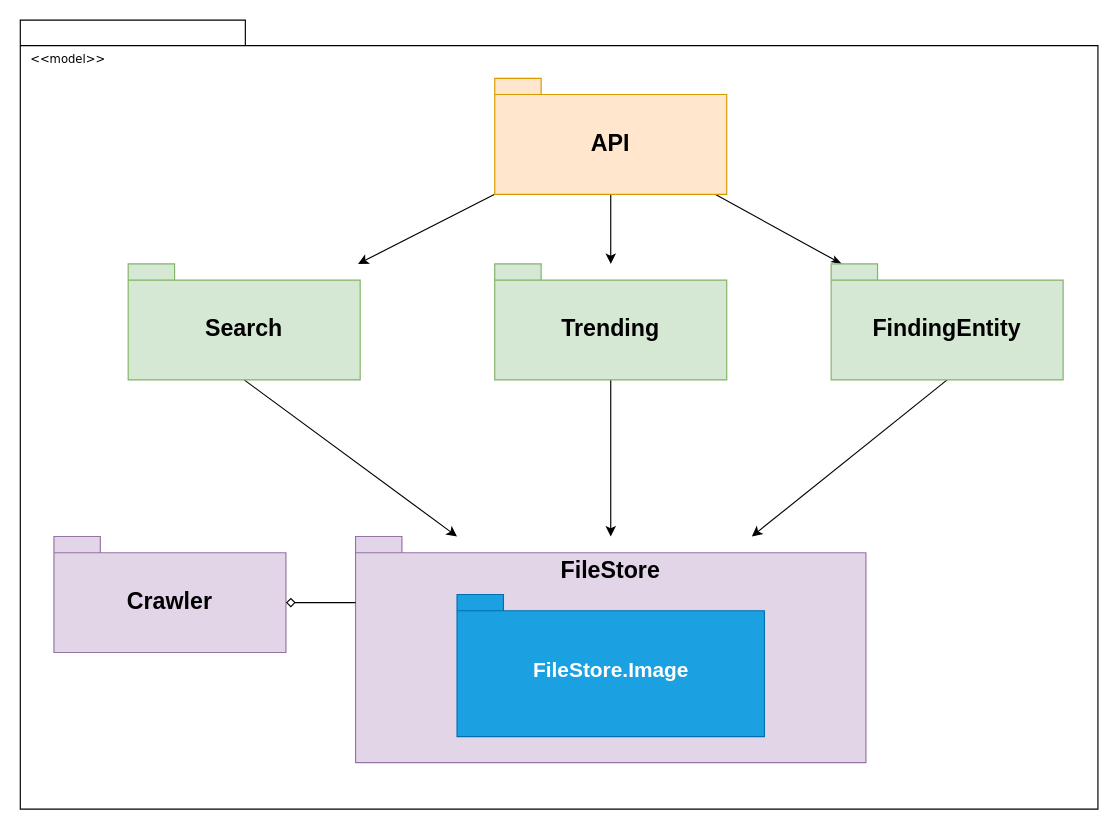
Before: OOP_Project.drawio in HARKINGS/UML, a draw.io diagram. Source tidied: cells renumbered, new cells numbered last; positions are measured from the earlier drawing's top-left corner, leaving out a move shared by most shapes. Both pictures are drawn from the tidied source at 116%, with x=0, y=0 at pixel (20, 20).
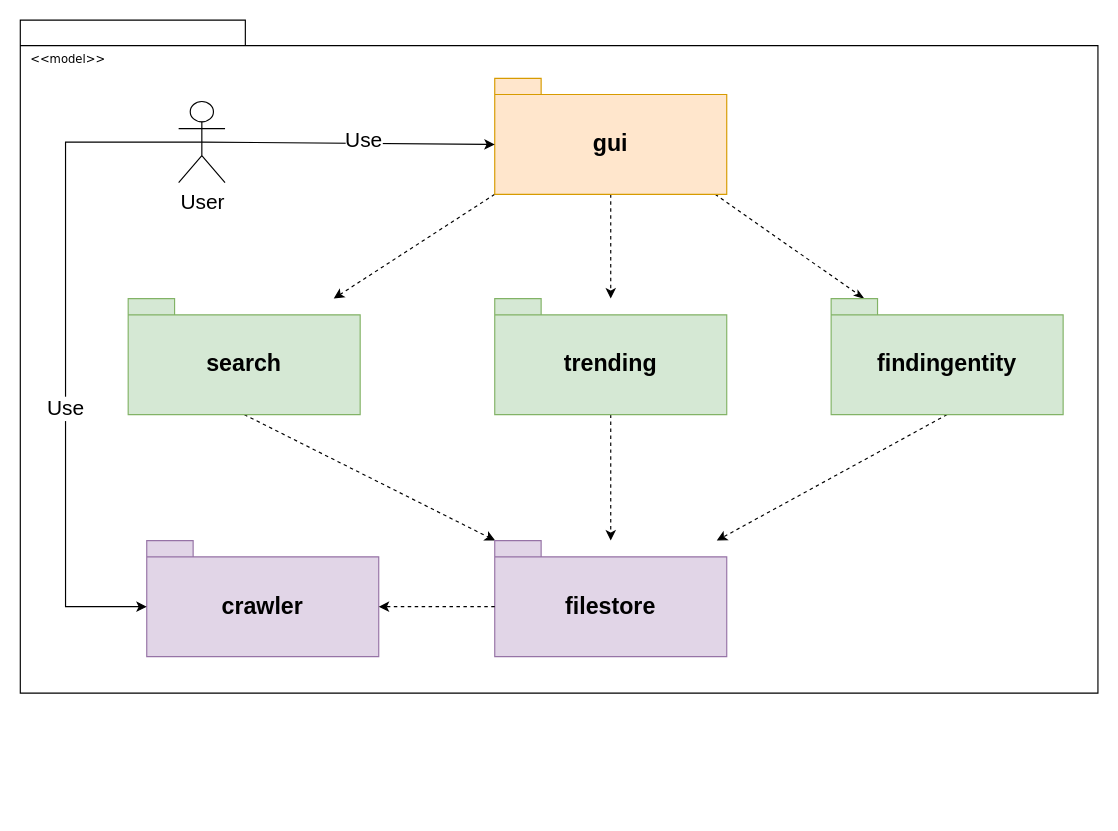
Above is the later version.

Commit message:
Cập nhật OOP_Project.drawio

The edit, as a diff of the source:
```diff
@@
     <mxCell id="2" style="shape=folder;fontStyle=1;spacingTop=10;tabWidth=194;tabHeight=22;tabPosition=left;html=1;rounded=0;shadow=0;comic=0;labelBackgroundColor=none;strokeWidth=1;fillColor=none;fontFamily=Verdana;fontSize=10;align=center;" parent="1" vertex="1">
-      <mxGeometry y="-0.2" width="929" height="680.2" as="geometry" />
+      <mxGeometry y="-0.2" width="929" height="580.2" as="geometry" />
     </mxCell>
@@
-    <mxCell id="8" style="edgeStyle=orthogonalEdgeStyle;rounded=0;jettySize=auto;html=1;exitX=0.5;exitY=1;exitDx=0;exitDy=0;exitPerimeter=0;" parent="1" edge="1" source="11" target="17">
+    <mxCell id="8" style="edgeStyle=orthogonalEdgeStyle;rounded=0;jettySize=auto;html=1;exitX=0.5;exitY=1;exitDx=0;exitDy=0;exitPerimeter=0;dashed=1;" parent="1" edge="1" source="11" target="17">
       <mxGeometry relative="1" as="geometry" />
     </mxCell>
-    <mxCell id="9" style="rounded=0;jettySize=auto;html=1;exitX=0;exitY=0;exitDx=190;exitDy=100;exitPerimeter=0;endArrow=classicThin;endFill=1;" parent="1" edge="1" source="11" target="19">
+    <mxCell id="9" style="rounded=0;jettySize=auto;html=1;exitX=0;exitY=0;exitDx=190;exitDy=100;exitPerimeter=0;endArrow=classicThin;endFill=1;dashed=1;" parent="1" edge="1" source="11" target="19">
       <mxGeometry relative="1" as="geometry" />
     </mxCell>
-    <mxCell id="10" style="rounded=0;jettySize=auto;html=1;exitX=0;exitY=0;exitDx=0;exitDy=100;exitPerimeter=0;" parent="1" edge="1" source="11" target="13">
+    <mxCell id="10" style="rounded=0;jettySize=auto;html=1;exitX=0;exitY=0;exitDx=0;exitDy=100;exitPerimeter=0;dashed=1;" parent="1" edge="1" source="11" target="13">
       <mxGeometry relative="1" as="geometry" />
     </mxCell>
-    <mxCell id="11" value="&lt;font style=&quot;font-size: 20px;&quot;&gt;API&lt;/font&gt;" style="shape=folder;fontStyle=1;spacingTop=10;tabWidth=40;tabHeight=14;tabPosition=left;html=1;whiteSpace=wrap;fillColor=#ffe6cc;strokeColor=#d79b00;" parent="1" vertex="1">
+    <mxCell id="11" value="&lt;font style=&quot;font-size: 20px;&quot;&gt;gui&lt;/font&gt;" style="shape=folder;fontStyle=1;spacingTop=10;tabWidth=40;tabHeight=14;tabPosition=left;html=1;whiteSpace=wrap;fillColor=#ffe6cc;strokeColor=#d79b00;" parent="1" vertex="1">
       <mxGeometry x="409" y="50" width="200" height="100" as="geometry" />
     </mxCell>
-    <mxCell id="12" style="rounded=0;jettySize=auto;html=1;exitX=0.5;exitY=1;exitDx=0;exitDy=0;exitPerimeter=0;" parent="1" edge="1" source="13" target="15">
+    <mxCell id="12" style="rounded=0;jettySize=auto;html=1;exitX=0.5;exitY=1;exitDx=0;exitDy=0;exitPerimeter=0;dashed=1;" parent="1" edge="1" source="13" target="15">
       <mxGeometry relative="1" as="geometry" />
     </mxCell>
-    <mxCell id="13" value="&lt;font style=&quot;font-size: 20px;&quot;&gt;Search&lt;/font&gt;" style="shape=folder;fontStyle=1;spacingTop=10;tabWidth=40;tabHeight=14;tabPosition=left;html=1;whiteSpace=wrap;fillColor=#d5e8d4;strokeColor=#82b366;" parent="1" vertex="1">
-      <mxGeometry x="93" y="210" width="200" height="100" as="geometry" />
+    <mxCell id="13" value="&lt;font style=&quot;font-size: 20px;&quot;&gt;search&lt;/font&gt;" style="shape=folder;fontStyle=1;spacingTop=10;tabWidth=40;tabHeight=14;tabPosition=left;html=1;whiteSpace=wrap;fillColor=#d5e8d4;strokeColor=#82b366;" parent="1" vertex="1">
+      <mxGeometry x="93" y="239.9" width="200" height="100" as="geometry" />
     </mxCell>
-    <mxCell id="14" value="&lt;font style=&quot;font-size: 20px;&quot;&gt;Crawler&lt;/font&gt;" style="shape=folder;fontStyle=1;spacingTop=10;tabWidth=40;tabHeight=14;tabPosition=left;html=1;whiteSpace=wrap;fillColor=#e1d5e7;strokeColor=#9673a6;" parent="1" vertex="1">
-      <mxGeometry x="29" y="445" width="200" height="100" as="geometry" />
+    <mxCell id="14" value="&lt;font style=&quot;font-size: 20px;&quot;&gt;crawler&lt;/font&gt;" style="shape=folder;fontStyle=1;spacingTop=10;tabWidth=40;tabHeight=14;tabPosition=left;html=1;whiteSpace=wrap;fillColor=#e1d5e7;strokeColor=#9673a6;" parent="1" vertex="1">
+      <mxGeometry x="109" y="448.5" width="200" height="100" as="geometry" />
     </mxCell>
-    <mxCell id="15" value="&lt;font style=&quot;font-size: 20px;&quot;&gt;FileStore&lt;/font&gt;" style="shape=folder;fontStyle=1;spacingTop=10;tabWidth=40;tabHeight=14;tabPosition=left;html=1;whiteSpace=wrap;fillColor=#e1d5e7;strokeColor=#9673a6;verticalAlign=top;align=center;labelPosition=center;verticalLabelPosition=middle;" parent="1" vertex="1">
-      <mxGeometry x="289" y="445" width="440" height="195" as="geometry" />
+    <mxCell id="15" value="&lt;font style=&quot;font-size: 20px;&quot;&gt;filestore&lt;/font&gt;" style="shape=folder;fontStyle=1;spacingTop=10;tabWidth=40;tabHeight=14;tabPosition=left;html=1;whiteSpace=wrap;fillColor=#e1d5e7;strokeColor=#9673a6;verticalAlign=middle;align=center;labelPosition=center;verticalLabelPosition=middle;" parent="1" vertex="1">
+      <mxGeometry x="409" y="448.5" width="200" height="100" as="geometry" />
     </mxCell>
-    <mxCell id="16" style="rounded=0;jettySize=auto;html=1;" parent="1" edge="1" source="17" target="15">
+    <mxCell id="16" style="rounded=0;jettySize=auto;html=1;dashed=1;" parent="1" edge="1" source="17" target="15">
       <mxGeometry relative="1" as="geometry" />
     </mxCell>
-    <mxCell id="17" value="&lt;font style=&quot;font-size: 20px;&quot;&gt;Trending&lt;/font&gt;" style="shape=folder;fontStyle=1;spacingTop=10;tabWidth=40;tabHeight=14;tabPosition=left;html=1;whiteSpace=wrap;fillColor=#d5e8d4;strokeColor=#82b366;" parent="1" vertex="1">
-      <mxGeometry x="409" y="210" width="200" height="100" as="geometry" />
+    <mxCell id="17" value="&lt;font style=&quot;font-size: 20px;&quot;&gt;trending&lt;/font&gt;" style="shape=folder;fontStyle=1;spacingTop=10;tabWidth=40;tabHeight=14;tabPosition=left;html=1;whiteSpace=wrap;fillColor=#d5e8d4;strokeColor=#82b366;" parent="1" vertex="1">
+      <mxGeometry x="409" y="239.9" width="200" height="100" as="geometry" />
     </mxCell>
-    <mxCell id="18" style="rounded=0;jettySize=auto;html=1;exitX=0.5;exitY=1;exitDx=0;exitDy=0;exitPerimeter=0;" parent="1" edge="1" source="19" target="15">
+    <mxCell id="18" style="rounded=0;jettySize=auto;html=1;exitX=0.5;exitY=1;exitDx=0;exitDy=0;exitPerimeter=0;dashed=1;" parent="1" edge="1" source="19" target="15">
       <mxGeometry relative="1" as="geometry" />
     </mxCell>
-    <mxCell id="19" value="&lt;font style=&quot;font-size: 20px;&quot;&gt;FindingEntity&lt;/font&gt;" style="shape=folder;fontStyle=1;spacingTop=10;tabWidth=40;tabHeight=14;tabPosition=left;html=1;whiteSpace=wrap;fillColor=#d5e8d4;strokeColor=#82b366;" parent="1" vertex="1">
-      <mxGeometry x="699" y="210" width="200" height="100" as="geometry" />
+    <mxCell id="19" value="&lt;font style=&quot;font-size: 20px;&quot;&gt;findingentity&lt;/font&gt;" style="shape=folder;fontStyle=1;spacingTop=10;tabWidth=40;tabHeight=14;tabPosition=left;html=1;whiteSpace=wrap;fillColor=#d5e8d4;strokeColor=#82b366;" parent="1" vertex="1">
+      <mxGeometry x="699" y="239.9" width="200" height="100" as="geometry" />
     </mxCell>
-    <mxCell id="20" style="rounded=0;jettySize=auto;html=1;exitX=0;exitY=0;exitDx=0;exitDy=57;exitPerimeter=0;entryX=0;entryY=0;entryDx=200;entryDy=57;entryPerimeter=0;endArrow=diamond;endFill=0;" parent="1" edge="1" source="15" target="14">
+    <mxCell id="20" style="rounded=0;jettySize=auto;html=1;exitX=0;exitY=0;exitDx=0;exitDy=57;exitPerimeter=0;entryX=0;entryY=0;entryDx=200;entryDy=57;entryPerimeter=0;endArrow=classic;endFill=1;dashed=1;" parent="1" edge="1" source="15" target="14">
       <mxGeometry relative="1" as="geometry" />
     </mxCell>
-    <mxCell id="21" value="&lt;font style=&quot;font-size: 18px;&quot;&gt;FileStore.Image&lt;/font&gt;" style="shape=folder;fontStyle=1;spacingTop=10;tabWidth=40;tabHeight=14;tabPosition=left;html=1;whiteSpace=wrap;fillColor=#1ba1e2;strokeColor=#006EAF;fontColor=#ffffff;" parent="1" vertex="1">
-      <mxGeometry x="376.5" y="495" width="265" height="122.5" as="geometry" />
-    </mxCell>
+    <mxCell id="22" value="&lt;font style=&quot;font-size: 18px;&quot;&gt;User&lt;/font&gt;" style="shape=umlActor;verticalLabelPosition=bottom;verticalAlign=top;html=1;outlineConnect=0;" parent="1" vertex="1">
+      <mxGeometry x="136.5" y="70" width="40" height="70" as="geometry" />
+    </mxCell>
+    <mxCell id="23" style="edgeStyle=orthogonalEdgeStyle;rounded=0;jettySize=auto;html=1;exitX=0.5;exitY=0.5;exitDx=0;exitDy=0;exitPerimeter=0;entryX=0;entryY=0;entryDx=0;entryDy=57;entryPerimeter=0;fontSize=18;" parent="1" edge="1" source="22" target="14">
+      <mxGeometry relative="1" as="geometry">
+        <Array as="points">
+          <mxPoint x="39" y="105" />
+          <mxPoint x="39" y="505" />
+        </Array>
+      </mxGeometry>
+    </mxCell>
+    <mxCell id="24" value="Use" style="edgeLabel;html=1;align=center;verticalAlign=middle;fontSize=18;" parent="23" vertex="1">
+      <mxGeometry x="0.18" y="-1" relative="1" as="geometry" />
+    </mxCell>
+    <mxCell id="25" style="rounded=0;jettySize=auto;html=1;exitX=0.5;exitY=0.5;exitDx=0;exitDy=0;exitPerimeter=0;entryX=0;entryY=0;entryDx=0;entryDy=57;entryPerimeter=0;" parent="1" edge="1" source="22" target="11">
+      <mxGeometry relative="1" as="geometry" />
+    </mxCell>
+    <mxCell id="26" value="Use" style="edgeLabel;html=1;align=center;verticalAlign=middle;fontSize=18;" parent="25" vertex="1">
+      <mxGeometry x="0.1" y="3" relative="1" as="geometry" />
+    </mxCell>
```
